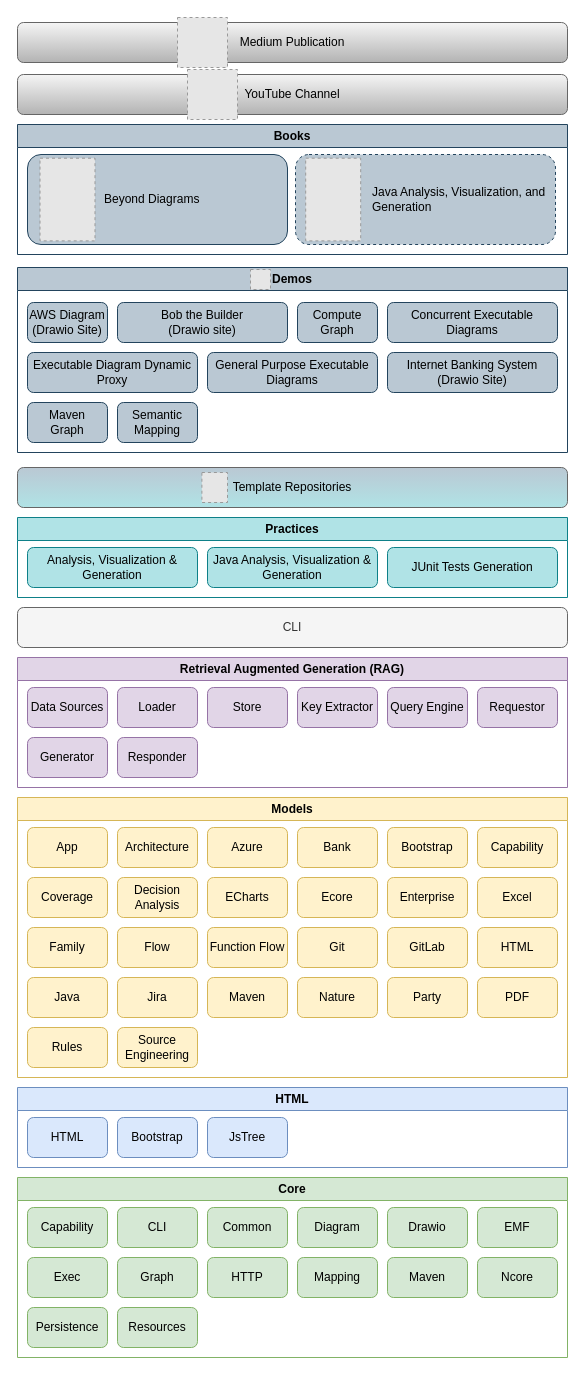
Before: model/nasdanika.drawio in Nasdanika/nasdanika.github.io, a draw.io diagram. Source tidied: cells renumbered, new cells numbered last; positions are measured from the earlier drawing's top-left corner, leaving out a move shared by most shapes. Both pictures are drawn from the tidied source at 100%, with x=0, y=0 at pixel (17, 17). Pictures stored in the file or linked from it are replaced by grey dashed boxes.
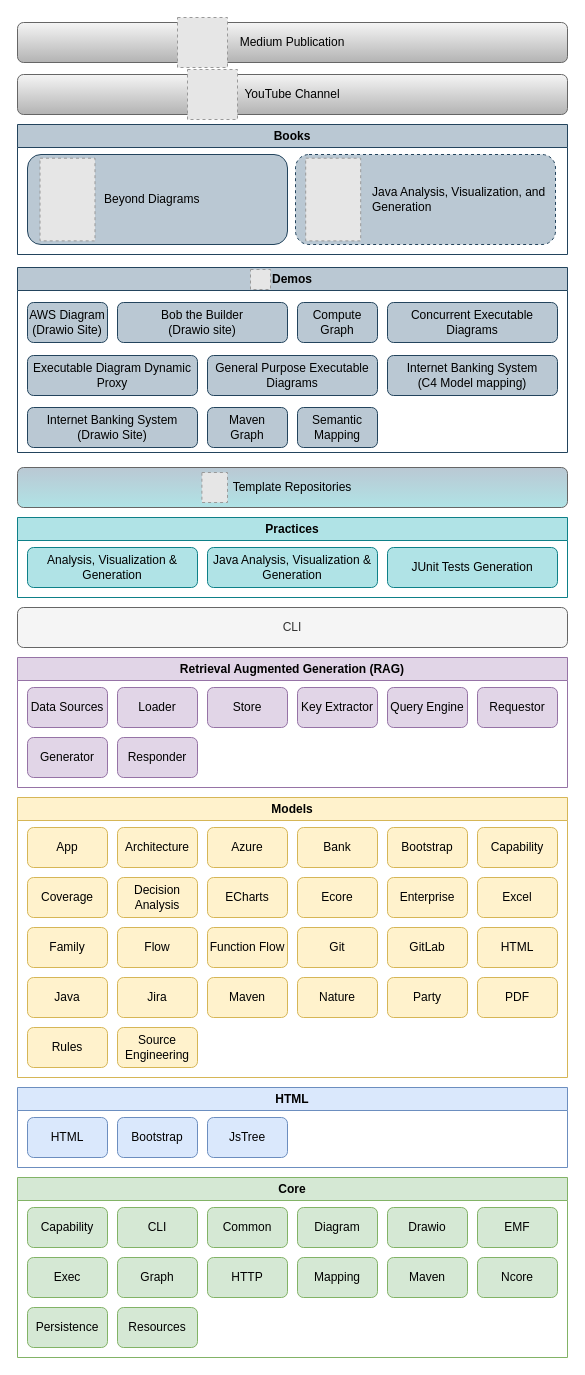
Above is the later version.

The change refers to these unchanged cells:
```xml
<mxCell id="73" value="Demos" style="swimlane;whiteSpace=wrap;html=1;fillColor=#bac8d3;strokeColor=#23445d;" parent="1" vertex="1">
  <mxGeometry y="250" width="550" height="185" as="geometry" />
</mxCell>
```

Change to the diagram source:
```diff
@@
     <mxCell id="79" value="Executable Diagram Dynamic Proxy" style="rounded=1;whiteSpace=wrap;html=1;fillColor=#bac8d3;strokeColor=#23445d;" parent="73" vertex="1">
-      <mxGeometry x="10" y="85" width="170" height="40" as="geometry" />
+      <mxGeometry x="10" y="88" width="170" height="40" as="geometry" />
     </mxCell>
     <mxCell id="80" value="General Purpose Executable Diagrams" style="rounded=1;whiteSpace=wrap;html=1;fillColor=#bac8d3;strokeColor=#23445d;" parent="73" vertex="1">
-      <mxGeometry x="190" y="85" width="170" height="40" as="geometry" />
+      <mxGeometry x="190" y="88" width="170" height="40" as="geometry" />
     </mxCell>
     <mxCell id="81" value="Internet Banking System&lt;div&gt;(Drawio Site)&lt;/div&gt;" style="rounded=1;whiteSpace=wrap;html=1;fillColor=#bac8d3;strokeColor=#23445d;" parent="73" vertex="1">
-      <mxGeometry x="370" y="85" width="170" height="40" as="geometry" />
+      <mxGeometry x="10" y="140" width="170" height="40" as="geometry" />
     </mxCell>
+    <mxCell id="84" value="Internet Banking System&lt;div&gt;(C4 Model mapping)&lt;/div&gt;" style="rounded=1;whiteSpace=wrap;html=1;fillColor=#bac8d3;strokeColor=#23445d;" parent="73" vertex="1">
+      <mxGeometry x="370" y="88" width="170" height="40" as="geometry" />
+    </mxCell>
     <mxCell id="82" value="Maven&lt;div&gt;Graph&lt;/div&gt;" style="rounded=1;whiteSpace=wrap;html=1;fillColor=#bac8d3;strokeColor=#23445d;" parent="73" vertex="1">
-      <mxGeometry x="10" y="135" width="80" height="40" as="geometry" />
+      <mxGeometry x="190" y="140" width="80" height="40" as="geometry" />
     </mxCell>
     <mxCell id="83" value="Semantic&lt;div&gt;Mapping&lt;/div&gt;" style="rounded=1;whiteSpace=wrap;html=1;fillColor=#bac8d3;strokeColor=#23445d;" parent="73" vertex="1">
-      <mxGeometry x="100" y="135" width="80" height="40" as="geometry" />
+      <mxGeometry x="280" y="140" width="80" height="40" as="geometry" />
     </mxCell>
```
